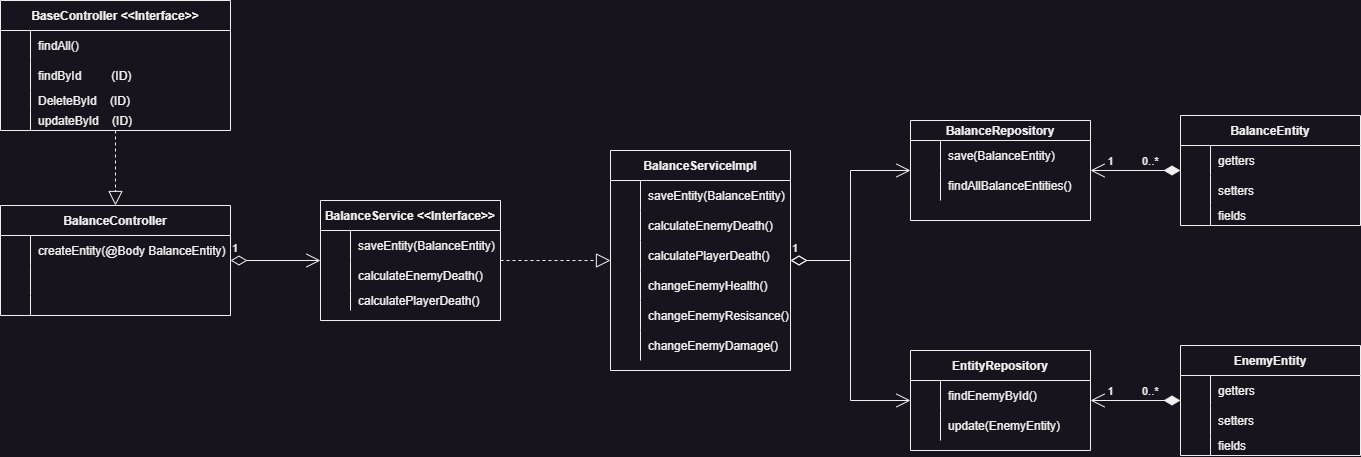
The draw.io diagram project-ressources/class-diagramm.png in mikkaK/dungeoncrawler-be-ai, before a commit. Source tidied: cells renumbered, new cells last; positions are measured from the earlier drawing's top-left corner, leaving out a move shared by most shapes.
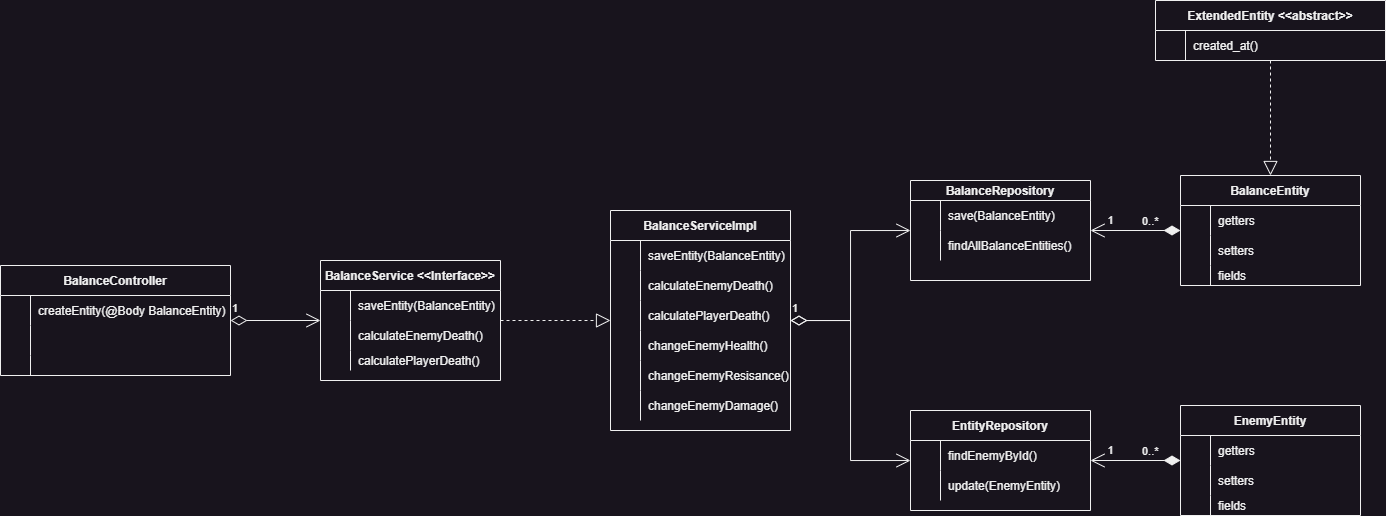
After the change.

Commit message:
updated class diagram

Diff of the diagram source:
```diff
@@ -262,8 +262,8 @@
     <mxCell id="82" value="1" style="endArrow=open;html=1;endSize=12;startArrow=diamondThin;startSize=14;startFill=0;edgeStyle=orthogonalEdgeStyle;align=left;verticalAlign=bottom;rounded=0;" parent="1" edge="1" source="2" target="12">
       <mxGeometry x="-1" y="3" relative="1" as="geometry" />
     </mxCell>
-    <mxCell id="83" value="BaseController &lt;&lt;Interface&gt;&gt;" style="shape=table;startSize=30;rowLines=0;fontStyle=1;align=center;" parent="1" vertex="1">
-      <mxGeometry width="230" height="130" as="geometry" />
+    <mxCell id="83" value="ExtendedEntity &lt;&lt;abstract&gt;&gt;" style="shape=table;startSize=30;rowLines=0;fontStyle=1;align=center;" parent="1" vertex="1">
+      <mxGeometry x="1155" y="-60" width="230" height="60" as="geometry" />
     </mxCell>
     <mxCell id="84" style="shape=tableRow;horizontal=0;startSize=0;swimlaneHead=0;swimlaneBody=0;fillColor=none;top=0;left=0;right=0;bottom=0;" parent="83" vertex="1">
       <mxGeometry y="30" width="230" height="30" as="geometry" />
@@ -271,37 +271,10 @@
     <mxCell id="85" style="shape=partialRectangle;fillColor=none;top=0;left=0;bottom=0;right=0;overflow=hidden;" parent="84" vertex="1">
       <mxGeometry width="30" height="30" as="geometry" />
     </mxCell>
-    <mxCell id="86" value="findAll()" style="shape=partialRectangle;fillColor=none;top=0;left=0;bottom=0;right=0;align=left;spacingLeft=6;overflow=hidden;" parent="84" vertex="1">
+    <mxCell id="86" value="created_at()" style="shape=partialRectangle;fillColor=none;top=0;left=0;bottom=0;right=0;align=left;spacingLeft=6;overflow=hidden;" parent="84" vertex="1">
       <mxGeometry x="30" width="200" height="30" as="geometry" />
     </mxCell>
-    <mxCell id="87" style="shape=tableRow;horizontal=0;startSize=0;swimlaneHead=0;swimlaneBody=0;fillColor=none;top=0;left=0;right=0;bottom=0;" parent="83" vertex="1">
-      <mxGeometry y="60" width="230" height="30" as="geometry" />
-    </mxCell>
-    <mxCell id="88" value="                " style="shape=partialRectangle;fillColor=none;top=0;left=0;bottom=0;right=0;overflow=hidden;" parent="87" vertex="1">
-      <mxGeometry width="30" height="30" as="geometry" />
-    </mxCell>
-    <mxCell id="89" value="findById         (ID)" style="shape=partialRectangle;fillColor=none;top=0;left=0;bottom=0;right=0;align=left;spacingLeft=6;overflow=hidden;" parent="87" vertex="1">
-      <mxGeometry x="30" width="200" height="30" as="geometry" />
-    </mxCell>
-    <mxCell id="90" style="shape=tableRow;horizontal=0;startSize=0;swimlaneHead=0;swimlaneBody=0;fillColor=none;top=0;left=0;right=0;bottom=0;" parent="83" vertex="1">
-      <mxGeometry y="90" width="230" height="20" as="geometry" />
-    </mxCell>
-    <mxCell id="91" value="                " style="shape=partialRectangle;fillColor=none;top=0;left=0;bottom=0;right=0;overflow=hidden;" parent="90" vertex="1">
-      <mxGeometry width="30" height="20" as="geometry" />
-    </mxCell>
-    <mxCell id="92" value="DeleteById    (ID)" style="shape=partialRectangle;fillColor=none;top=0;left=0;bottom=0;right=0;align=left;spacingLeft=6;overflow=hidden;" parent="90" vertex="1">
-      <mxGeometry x="30" width="200" height="20" as="geometry" />
-    </mxCell>
-    <mxCell id="93" style="shape=tableRow;horizontal=0;startSize=0;swimlaneHead=0;swimlaneBody=0;fillColor=none;top=0;left=0;right=0;bottom=0;" parent="83" vertex="1">
-      <mxGeometry y="110" width="230" height="20" as="geometry" />
-    </mxCell>
-    <mxCell id="94" value="                " style="shape=partialRectangle;fillColor=none;top=0;left=0;bottom=0;right=0;overflow=hidden;" parent="93" vertex="1">
-      <mxGeometry width="30" height="20" as="geometry" />
-    </mxCell>
-    <mxCell id="95" value="updateById    (ID)" style="shape=partialRectangle;fillColor=none;top=0;left=0;bottom=0;right=0;align=left;spacingLeft=6;overflow=hidden;" parent="93" vertex="1">
-      <mxGeometry x="30" width="200" height="20" as="geometry" />
-    </mxCell>
-    <mxCell id="96" style="endArrow=block;dashed=1;endFill=0;endSize=12;html=1;rounded=0;" parent="1" edge="1" source="83" target="2">
+    <mxCell id="96" style="endArrow=block;dashed=1;endFill=0;endSize=12;html=1;rounded=0;" parent="1" edge="1" source="83" target="48">
       <mxGeometry relative="1" as="geometry" />
     </mxCell>
   </root>
```
